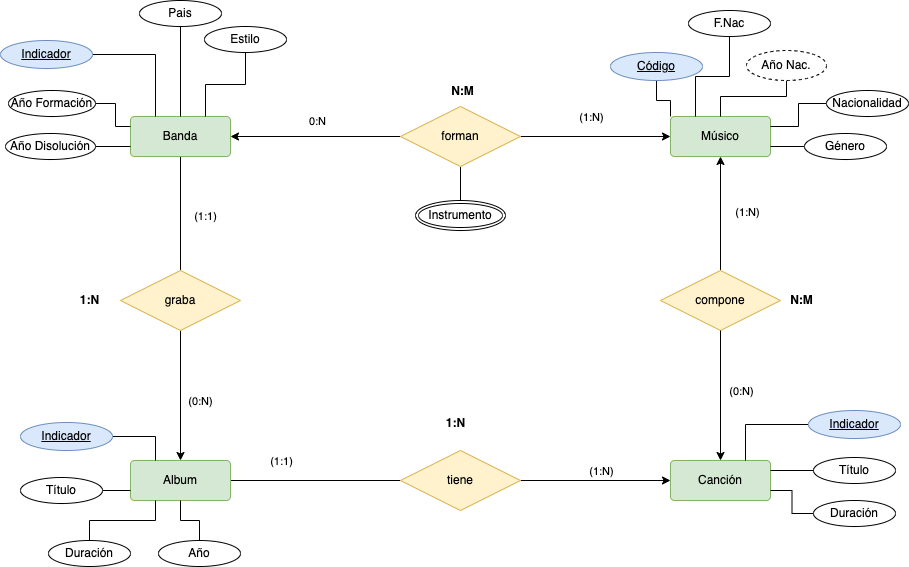
Before: ER/tareas/tarea11/img/musica-diagrama.drawio.png, a diagram exported from draw.io (MoisesALH/base-datos). Source tidied: cells renumbered, new cells last; positions are measured from the earlier drawing's top-left corner, leaving out a move shared by most shapes.
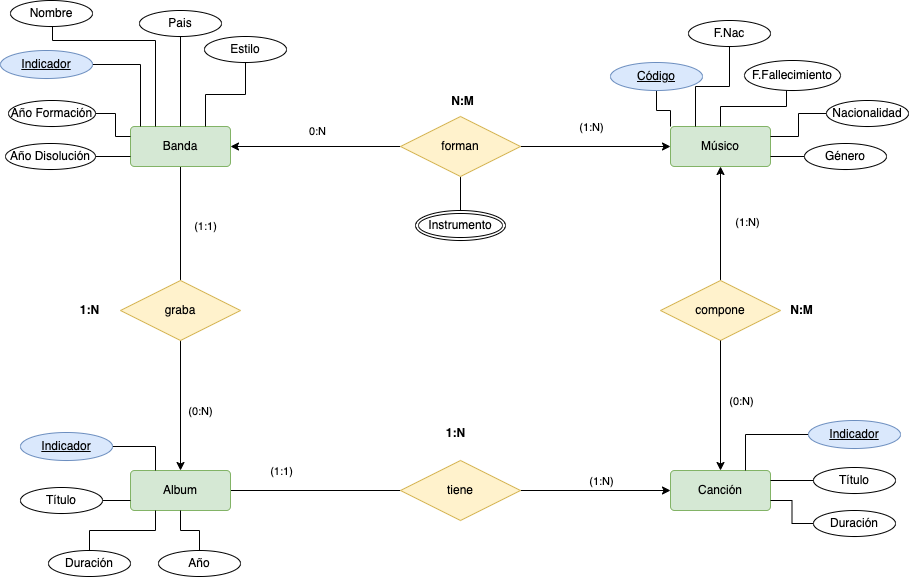
The same diagram one commit later.

What changed in the source:
```diff
@@ -105,8 +105,14 @@
     <mxCell id="30" value="Indicador" style="ellipse;whiteSpace=wrap;html=1;align=center;fontStyle=4;fillColor=#dae8fc;strokeColor=#6c8ebf;" parent="1" vertex="1">
       <mxGeometry x="20" y="422" width="92" height="28" as="geometry" />
     </mxCell>
-    <mxCell id="31" style="edgeStyle=orthogonalEdgeStyle;rounded=0;jettySize=auto;html=1;entryX=0.25;entryY=0;entryDx=0;entryDy=0;endArrow=none;endFill=0;" parent="1" edge="1" source="32" target="6">
-      <mxGeometry relative="1" as="geometry" />
+    <mxCell id="31" style="edgeStyle=orthogonalEdgeStyle;rounded=0;jettySize=auto;html=1;endArrow=none;endFill=0;" parent="1" edge="1" source="32">
+      <mxGeometry relative="1" as="geometry">
+        <mxPoint x="140" y="116" as="targetPoint" />
+        <Array as="points">
+          <mxPoint x="140" y="54" />
+          <mxPoint x="140" y="116" />
+        </Array>
+      </mxGeometry>
     </mxCell>
     <mxCell id="32" value="Indicador" style="ellipse;whiteSpace=wrap;html=1;align=center;fontStyle=4;fillColor=#dae8fc;strokeColor=#6c8ebf;" parent="1" vertex="1">
       <mxGeometry y="40" width="92" height="28" as="geometry" />
@@ -153,17 +159,15 @@
     <mxCell id="46" value="Nacionalidad" style="ellipse;whiteSpace=wrap;html=1;align=center;" parent="1" vertex="1">
       <mxGeometry x="826" y="90" width="82" height="26" as="geometry" />
     </mxCell>
-    <mxCell id="47" style="edgeStyle=orthogonalEdgeStyle;rounded=0;jettySize=auto;html=1;entryX=0.5;entryY=0;entryDx=0;entryDy=0;endArrow=none;endFill=0;" parent="1" edge="1" source="48" target="7">
+    <mxCell id="47" style="edgeStyle=orthogonalEdgeStyle;rounded=0;jettySize=auto;html=1;entryX=0.5;entryY=0;entryDx=0;entryDy=0;endArrow=none;endFill=0;" parent="1" edge="1" target="7">
       <mxGeometry relative="1" as="geometry">
+        <mxPoint x="786" y="80" as="sourcePoint" />
         <Array as="points">
           <mxPoint x="786" y="96" />
           <mxPoint x="720" y="96" />
         </Array>
       </mxGeometry>
     </mxCell>
-    <mxCell id="48" value="Año Nac." style="ellipse;whiteSpace=wrap;html=1;align=center;dashed=1;" parent="1" vertex="1">
-      <mxGeometry x="746" y="50" width="80" height="30" as="geometry" />
-    </mxCell>
     <mxCell id="49" style="edgeStyle=orthogonalEdgeStyle;rounded=0;jettySize=auto;html=1;entryX=1;entryY=0.75;entryDx=0;entryDy=0;endArrow=none;endFill=0;" parent="1" edge="1" source="50" target="7">
       <mxGeometry relative="1" as="geometry" />
     </mxCell>
@@ -215,5 +219,19 @@
     <mxCell id="65" value="&lt;b&gt;1:N&lt;/b&gt;" style="text;html=1;align=center;verticalAlign=middle;strokeColor=none;fillColor=none;" parent="1" vertex="1">
       <mxGeometry x="435" y="408" width="40" height="30" as="geometry" />
     </mxCell>
+    <mxCell id="66" style="edgeStyle=orthogonalEdgeStyle;rounded=0;jettySize=auto;html=1;entryX=0.25;entryY=0;entryDx=0;entryDy=0;startArrow=none;startFill=0;endArrow=none;endFill=0;" parent="1" edge="1" source="67" target="6">
+      <mxGeometry relative="1" as="geometry">
+        <Array as="points">
+          <mxPoint x="52" y="30" />
+          <mxPoint x="155" y="30" />
+        </Array>
+      </mxGeometry>
+    </mxCell>
+    <mxCell id="67" value="Nombre" style="ellipse;whiteSpace=wrap;html=1;align=center;" parent="1" vertex="1">
+      <mxGeometry x="10" y="-10" width="82" height="26" as="geometry" />
+    </mxCell>
+    <mxCell id="68" value="F.Fallecimiento" style="ellipse;whiteSpace=wrap;html=1;align=center;" parent="1" vertex="1">
+      <mxGeometry x="744" y="50" width="96" height="30" as="geometry" />
+    </mxCell>
   </root>
 </mxGraphModel>
```
